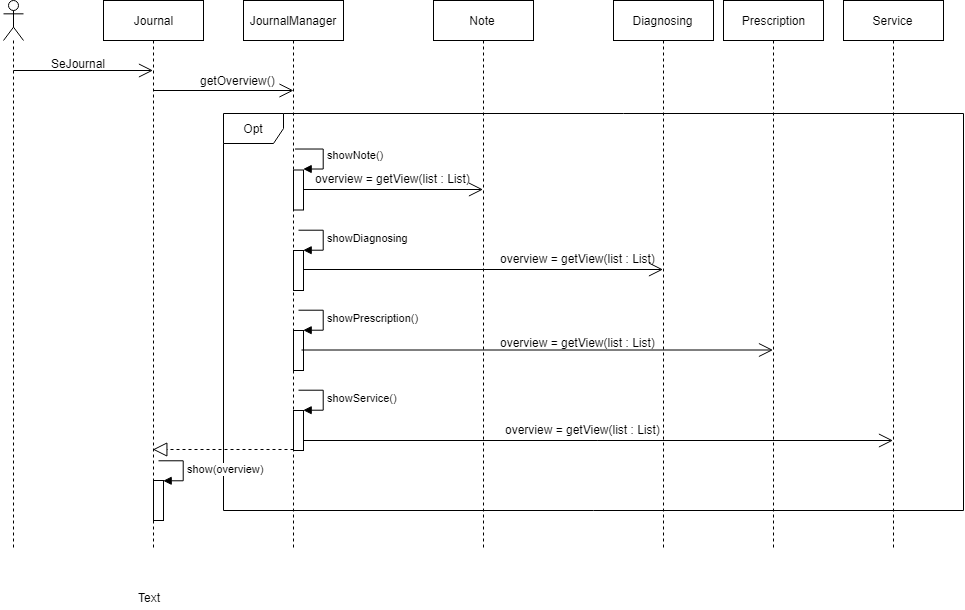
Above: docs/diagrams/AnalyseDiagrammer/SeJournal/SeJournalInteraktionsDiagram.png in SBangslund/SE02_Projekt (draw.io), before the change. Source tidied: cells renumbered, new cells last; positions are measured from the earlier drawing's top-left corner, leaving out a move shared by most shapes. The source it was exported from:
```xml
<mxGraphModel>
  <root>
    <mxCell id="0" />
    <mxCell id="1" parent="0" />
    <mxCell id="2" value="Opt&lt;br&gt;" style="shape=umlFrame;whiteSpace=wrap;html=1;" parent="1" vertex="1">
      <mxGeometry x="220" y="113" width="740" height="397" as="geometry" />
    </mxCell>
    <mxCell id="3" style="shape=umlLifeline;participant=umlActor;perimeter=lifelinePerimeter;whiteSpace=wrap;html=1;verticalAlign=top;spacingTop=36;labelBackgroundColor=#ffffff;outlineConnect=0;" parent="1" vertex="1">
      <mxGeometry width="20" height="550" as="geometry" />
    </mxCell>
    <mxCell id="4" value="Journal" style="shape=umlLifeline;perimeter=lifelinePerimeter;whiteSpace=wrap;html=1;outlineConnect=0;" parent="1" vertex="1">
      <mxGeometry x="100" width="100" height="550" as="geometry" />
    </mxCell>
    <mxCell id="5" value="show(overview)&lt;br&gt;" style="edgeStyle=orthogonalEdgeStyle;html=1;align=left;spacingLeft=2;endArrow=block;rounded=0;entryX=1;entryY=0;" parent="4" edge="1" target="6">
      <mxGeometry relative="1" as="geometry">
        <mxPoint x="55" y="460" as="sourcePoint" />
        <Array as="points">
          <mxPoint x="80" y="460" />
        </Array>
      </mxGeometry>
    </mxCell>
    <mxCell id="6" style="html=1;points=[];perimeter=orthogonalPerimeter;" parent="4" vertex="1">
      <mxGeometry x="50" y="480" width="10" height="40" as="geometry" />
    </mxCell>
    <mxCell id="7" value="JournalManager" style="shape=umlLifeline;perimeter=lifelinePerimeter;whiteSpace=wrap;html=1;outlineConnect=0;" parent="1" vertex="1">
      <mxGeometry x="240" width="100" height="550" as="geometry" />
    </mxCell>
    <mxCell id="8" style="html=1;perimeter=orthogonalPerimeter;" parent="7" vertex="1">
      <mxGeometry x="50" y="169.5" width="10" height="40" as="geometry" />
    </mxCell>
    <mxCell id="9" value="showNote()&lt;br&gt;" style="edgeStyle=orthogonalEdgeStyle;html=1;align=left;spacingLeft=2;endArrow=block;rounded=0;" parent="7" edge="1">
      <mxGeometry relative="1" as="geometry">
        <mxPoint x="51" y="149" as="sourcePoint" />
        <mxPoint x="60" y="169" as="targetPoint" />
        <Array as="points">
          <mxPoint x="80" y="149" />
          <mxPoint x="80" y="169" />
        </Array>
      </mxGeometry>
    </mxCell>
    <mxCell id="10" style="html=1;points=[];perimeter=orthogonalPerimeter;" parent="7" vertex="1">
      <mxGeometry x="50" y="330" width="10" height="40" as="geometry" />
    </mxCell>
    <mxCell id="11" value="showPrescription()" style="edgeStyle=orthogonalEdgeStyle;html=1;align=left;spacingLeft=2;endArrow=block;rounded=0;entryX=1;entryY=0;" parent="7" edge="1" target="10">
      <mxGeometry relative="1" as="geometry">
        <mxPoint x="55" y="310" as="sourcePoint" />
        <Array as="points">
          <mxPoint x="80" y="310" />
        </Array>
      </mxGeometry>
    </mxCell>
    <mxCell id="12" value="Note" style="shape=umlLifeline;perimeter=lifelinePerimeter;whiteSpace=wrap;html=1;outlineConnect=0;" parent="1" vertex="1">
      <mxGeometry x="430" width="100" height="550" as="geometry" />
    </mxCell>
    <mxCell id="13" value="Diagnosing" style="shape=umlLifeline;perimeter=lifelinePerimeter;whiteSpace=wrap;html=1;outlineConnect=0;" parent="1" vertex="1">
      <mxGeometry x="610" width="100" height="550" as="geometry" />
    </mxCell>
    <mxCell id="14" value="Prescription" style="shape=umlLifeline;perimeter=lifelinePerimeter;whiteSpace=wrap;html=1;outlineConnect=0;" parent="1" vertex="1">
      <mxGeometry x="720" width="100" height="550" as="geometry" />
    </mxCell>
    <mxCell id="15" value="Service" style="shape=umlLifeline;perimeter=lifelinePerimeter;whiteSpace=wrap;html=1;outlineConnect=0;" parent="1" vertex="1">
      <mxGeometry x="840" width="100" height="550" as="geometry" />
    </mxCell>
    <mxCell id="16" style="endArrow=open;endFill=1;endSize=12;html=1;" parent="1" edge="1" target="4">
      <mxGeometry relative="1" as="geometry">
        <mxPoint x="10" y="70" as="sourcePoint" />
      </mxGeometry>
    </mxCell>
    <mxCell id="17" value="SeJournal" style="text;html=1;align=left;verticalAlign=top;spacingTop=-4;" parent="1" vertex="1">
      <mxGeometry x="46" y="54" width="70" height="20" as="geometry" />
    </mxCell>
    <mxCell id="18" style="endArrow=open;endFill=1;endSize=12;html=1;" parent="1" edge="1">
      <mxGeometry relative="1" as="geometry">
        <mxPoint x="150" y="90" as="sourcePoint" />
        <mxPoint x="290" y="90" as="targetPoint" />
      </mxGeometry>
    </mxCell>
    <mxCell id="19" value="getOverview()" style="text;html=1;align=left;verticalAlign=top;spacingTop=-4;" parent="1" vertex="1">
      <mxGeometry x="195" y="71" width="90" height="20" as="geometry" />
    </mxCell>
    <mxCell id="20" style="html=1;points=[];perimeter=orthogonalPerimeter;" parent="1" vertex="1">
      <mxGeometry x="290" y="250" width="10" height="40" as="geometry" />
    </mxCell>
    <mxCell id="21" value="showDiagnosing" style="edgeStyle=orthogonalEdgeStyle;html=1;align=left;spacingLeft=2;endArrow=block;rounded=0;entryX=1;entryY=0;" parent="1" edge="1" target="20">
      <mxGeometry relative="1" as="geometry">
        <mxPoint x="295" y="230" as="sourcePoint" />
        <Array as="points">
          <mxPoint x="320" y="230" />
        </Array>
      </mxGeometry>
    </mxCell>
    <mxCell id="22" style="html=1;points=[];perimeter=orthogonalPerimeter;" parent="1" vertex="1">
      <mxGeometry x="290" y="410" width="10" height="40" as="geometry" />
    </mxCell>
    <mxCell id="23" value="showService()&lt;br&gt;" style="edgeStyle=orthogonalEdgeStyle;html=1;align=left;spacingLeft=2;endArrow=block;rounded=0;entryX=1;entryY=0;" parent="1" edge="1" target="22">
      <mxGeometry relative="1" as="geometry">
        <mxPoint x="295" y="390" as="sourcePoint" />
        <Array as="points">
          <mxPoint x="320" y="390" />
        </Array>
      </mxGeometry>
    </mxCell>
    <mxCell id="24" style="endArrow=open;endFill=1;endSize=12;html=1;" parent="1" edge="1" target="12">
      <mxGeometry relative="1" as="geometry">
        <mxPoint x="300" y="189" as="sourcePoint" />
      </mxGeometry>
    </mxCell>
    <mxCell id="25" style="endArrow=open;endFill=1;endSize=12;html=1;" parent="1" edge="1" target="13">
      <mxGeometry relative="1" as="geometry">
        <mxPoint x="300" y="269" as="sourcePoint" />
      </mxGeometry>
    </mxCell>
    <mxCell id="26" style="endArrow=open;endFill=1;endSize=12;html=1;" parent="1" edge="1" target="14">
      <mxGeometry relative="1" as="geometry">
        <mxPoint x="298" y="349.5" as="sourcePoint" />
      </mxGeometry>
    </mxCell>
    <mxCell id="27" style="endArrow=open;endFill=1;endSize=12;html=1;" parent="1" edge="1" target="15">
      <mxGeometry relative="1" as="geometry">
        <mxPoint x="300" y="440" as="sourcePoint" />
      </mxGeometry>
    </mxCell>
    <mxCell id="28" value="overview = getView(list : List)" style="text;html=1;align=left;verticalAlign=top;spacingTop=-4;" parent="1" vertex="1">
      <mxGeometry x="500" y="420" width="170" height="20" as="geometry" />
    </mxCell>
    <mxCell id="29" value="overview = getView(list : List)" style="text;html=1;align=left;verticalAlign=top;spacingTop=-4;" parent="1" vertex="1">
      <mxGeometry x="495" y="333" width="170" height="20" as="geometry" />
    </mxCell>
    <mxCell id="30" value="overview = getView(list : List)" style="text;html=1;" parent="1" vertex="1">
      <mxGeometry x="495" y="245" width="180" height="30" as="geometry" />
    </mxCell>
    <mxCell id="31" value="overview = getView(list : List)" style="text;html=1;align=left;verticalAlign=top;spacingTop=-4;" parent="1" vertex="1">
      <mxGeometry x="310" y="169.5" width="170" height="20" as="geometry" />
    </mxCell>
    <mxCell id="32" style="endArrow=block;dashed=1;endFill=0;endSize=12;html=1;" parent="1" edge="1" target="4">
      <mxGeometry relative="1" as="geometry">
        <mxPoint x="290" y="449" as="sourcePoint" />
      </mxGeometry>
    </mxCell>
    <mxCell id="33" value="Text" style="text;html=1;align=left;verticalAlign=top;spacingTop=-4;" parent="1" vertex="1">
      <mxGeometry x="133" y="588" width="40" height="20" as="geometry" />
    </mxCell>
  </root>
</mxGraphModel>
```
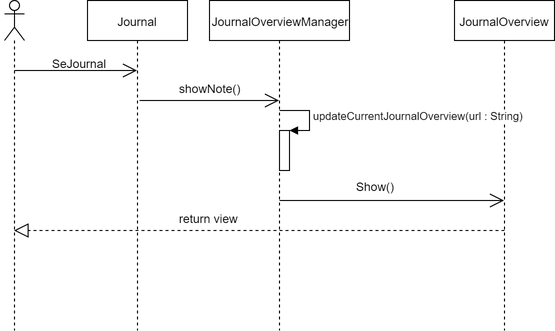
After the change.

What changed in the source:
```diff
@@ -2,65 +2,15 @@
   <root>
     <mxCell id="0" />
     <mxCell id="1" parent="0" />
-    <mxCell id="2" value="Opt&lt;br&gt;" style="shape=umlFrame;whiteSpace=wrap;html=1;" parent="1" vertex="1">
-      <mxGeometry x="220" y="113" width="740" height="397" as="geometry" />
-    </mxCell>
     <mxCell id="3" style="shape=umlLifeline;participant=umlActor;perimeter=lifelinePerimeter;whiteSpace=wrap;html=1;verticalAlign=top;spacingTop=36;labelBackgroundColor=#ffffff;outlineConnect=0;" parent="1" vertex="1">
-      <mxGeometry width="20" height="550" as="geometry" />
+      <mxGeometry width="20" height="330" as="geometry" />
     </mxCell>
     <mxCell id="4" value="Journal" style="shape=umlLifeline;perimeter=lifelinePerimeter;whiteSpace=wrap;html=1;outlineConnect=0;" parent="1" vertex="1">
-      <mxGeometry x="100" width="100" height="550" as="geometry" />
+      <mxGeometry x="83" width="100" height="330" as="geometry" />
     </mxCell>
-    <mxCell id="5" value="show(overview)&lt;br&gt;" style="edgeStyle=orthogonalEdgeStyle;html=1;align=left;spacingLeft=2;endArrow=block;rounded=0;entryX=1;entryY=0;" parent="4" edge="1" target="6">
-      <mxGeometry relative="1" as="geometry">
-        <mxPoint x="55" y="460" as="sourcePoint" />
-        <Array as="points">
-          <mxPoint x="80" y="460" />
-        </Array>
-      </mxGeometry>
-    </mxCell>
-    <mxCell id="6" style="html=1;points=[];perimeter=orthogonalPerimeter;" parent="4" vertex="1">
-      <mxGeometry x="50" y="480" width="10" height="40" as="geometry" />
-    </mxCell>
-    <mxCell id="7" value="JournalManager" style="shape=umlLifeline;perimeter=lifelinePerimeter;whiteSpace=wrap;html=1;outlineConnect=0;" parent="1" vertex="1">
-      <mxGeometry x="240" width="100" height="550" as="geometry" />
+    <mxCell id="7" value="JournalOverviewManager" style="shape=umlLifeline;perimeter=lifelinePerimeter;whiteSpace=wrap;html=1;outlineConnect=0;" parent="1" vertex="1">
+      <mxGeometry x="205" width="140" height="330" as="geometry" />
     </mxCell>
-    <mxCell id="8" style="html=1;perimeter=orthogonalPerimeter;" parent="7" vertex="1">
-      <mxGeometry x="50" y="169.5" width="10" height="40" as="geometry" />
-    </mxCell>
-    <mxCell id="9" value="showNote()&lt;br&gt;" style="edgeStyle=orthogonalEdgeStyle;html=1;align=left;spacingLeft=2;endArrow=block;rounded=0;" parent="7" edge="1">
-      <mxGeometry relative="1" as="geometry">
-        <mxPoint x="51" y="149" as="sourcePoint" />
-        <mxPoint x="60" y="169" as="targetPoint" />
-        <Array as="points">
-          <mxPoint x="80" y="149" />
-          <mxPoint x="80" y="169" />
-        </Array>
-      </mxGeometry>
-    </mxCell>
-    <mxCell id="10" style="html=1;points=[];perimeter=orthogonalPerimeter;" parent="7" vertex="1">
-      <mxGeometry x="50" y="330" width="10" height="40" as="geometry" />
-    </mxCell>
-    <mxCell id="11" value="showPrescription()" style="edgeStyle=orthogonalEdgeStyle;html=1;align=left;spacingLeft=2;endArrow=block;rounded=0;entryX=1;entryY=0;" parent="7" edge="1" target="10">
-      <mxGeometry relative="1" as="geometry">
-        <mxPoint x="55" y="310" as="sourcePoint" />
-        <Array as="points">
-          <mxPoint x="80" y="310" />
-        </Array>
-      </mxGeometry>
-    </mxCell>
-    <mxCell id="12" value="Note" style="shape=umlLifeline;perimeter=lifelinePerimeter;whiteSpace=wrap;html=1;outlineConnect=0;" parent="1" vertex="1">
-      <mxGeometry x="430" width="100" height="550" as="geometry" />
-    </mxCell>
-    <mxCell id="13" value="Diagnosing" style="shape=umlLifeline;perimeter=lifelinePerimeter;whiteSpace=wrap;html=1;outlineConnect=0;" parent="1" vertex="1">
-      <mxGeometry x="610" width="100" height="550" as="geometry" />
-    </mxCell>
-    <mxCell id="14" value="Prescription" style="shape=umlLifeline;perimeter=lifelinePerimeter;whiteSpace=wrap;html=1;outlineConnect=0;" parent="1" vertex="1">
-      <mxGeometry x="720" width="100" height="550" as="geometry" />
-    </mxCell>
-    <mxCell id="15" value="Service" style="shape=umlLifeline;perimeter=lifelinePerimeter;whiteSpace=wrap;html=1;outlineConnect=0;" parent="1" vertex="1">
-      <mxGeometry x="840" width="100" height="550" as="geometry" />
-    </mxCell>
     <mxCell id="16" style="endArrow=open;endFill=1;endSize=12;html=1;" parent="1" edge="1" target="4">
       <mxGeometry relative="1" as="geometry">
         <mxPoint x="10" y="70" as="sourcePoint" />
@@ -69,76 +19,42 @@
     <mxCell id="17" value="SeJournal" style="text;html=1;align=left;verticalAlign=top;spacingTop=-4;" parent="1" vertex="1">
       <mxGeometry x="46" y="54" width="70" height="20" as="geometry" />
     </mxCell>
-    <mxCell id="18" style="endArrow=open;endFill=1;endSize=12;html=1;" parent="1" edge="1">
-      <mxGeometry relative="1" as="geometry">
-        <mxPoint x="150" y="90" as="sourcePoint" />
-        <mxPoint x="290" y="90" as="targetPoint" />
-      </mxGeometry>
-    </mxCell>
-    <mxCell id="19" value="getOverview()" style="text;html=1;align=left;verticalAlign=top;spacingTop=-4;" parent="1" vertex="1">
-      <mxGeometry x="195" y="71" width="90" height="20" as="geometry" />
-    </mxCell>
-    <mxCell id="20" style="html=1;points=[];perimeter=orthogonalPerimeter;" parent="1" vertex="1">
-      <mxGeometry x="290" y="250" width="10" height="40" as="geometry" />
-    </mxCell>
-    <mxCell id="21" value="showDiagnosing" style="edgeStyle=orthogonalEdgeStyle;html=1;align=left;spacingLeft=2;endArrow=block;rounded=0;entryX=1;entryY=0;" parent="1" edge="1" target="20">
-      <mxGeometry relative="1" as="geometry">
-        <mxPoint x="295" y="230" as="sourcePoint" />
-        <Array as="points">
-          <mxPoint x="320" y="230" />
-        </Array>
-      </mxGeometry>
-    </mxCell>
-    <mxCell id="22" style="html=1;points=[];perimeter=orthogonalPerimeter;" parent="1" vertex="1">
-      <mxGeometry x="290" y="410" width="10" height="40" as="geometry" />
-    </mxCell>
-    <mxCell id="23" value="showService()&lt;br&gt;" style="edgeStyle=orthogonalEdgeStyle;html=1;align=left;spacingLeft=2;endArrow=block;rounded=0;entryX=1;entryY=0;" parent="1" edge="1" target="22">
-      <mxGeometry relative="1" as="geometry">
-        <mxPoint x="295" y="390" as="sourcePoint" />
-        <Array as="points">
-          <mxPoint x="320" y="390" />
-        </Array>
-      </mxGeometry>
-    </mxCell>
-    <mxCell id="24" style="endArrow=open;endFill=1;endSize=12;html=1;" parent="1" edge="1" target="12">
-      <mxGeometry relative="1" as="geometry">
-        <mxPoint x="300" y="189" as="sourcePoint" />
-      </mxGeometry>
-    </mxCell>
-    <mxCell id="25" style="endArrow=open;endFill=1;endSize=12;html=1;" parent="1" edge="1" target="13">
-      <mxGeometry relative="1" as="geometry">
-        <mxPoint x="300" y="269" as="sourcePoint" />
-      </mxGeometry>
-    </mxCell>
-    <mxCell id="26" style="endArrow=open;endFill=1;endSize=12;html=1;" parent="1" edge="1" target="14">
-      <mxGeometry relative="1" as="geometry">
-        <mxPoint x="298" y="349.5" as="sourcePoint" />
-      </mxGeometry>
-    </mxCell>
-    <mxCell id="27" style="endArrow=open;endFill=1;endSize=12;html=1;" parent="1" edge="1" target="15">
-      <mxGeometry relative="1" as="geometry">
-        <mxPoint x="300" y="440" as="sourcePoint" />
-      </mxGeometry>
-    </mxCell>
-    <mxCell id="28" value="overview = getView(list : List)" style="text;html=1;align=left;verticalAlign=top;spacingTop=-4;" parent="1" vertex="1">
-      <mxGeometry x="500" y="420" width="170" height="20" as="geometry" />
-    </mxCell>
-    <mxCell id="29" value="overview = getView(list : List)" style="text;html=1;align=left;verticalAlign=top;spacingTop=-4;" parent="1" vertex="1">
-      <mxGeometry x="495" y="333" width="170" height="20" as="geometry" />
-    </mxCell>
-    <mxCell id="30" value="overview = getView(list : List)" style="text;html=1;" parent="1" vertex="1">
-      <mxGeometry x="495" y="245" width="180" height="30" as="geometry" />
-    </mxCell>
-    <mxCell id="31" value="overview = getView(list : List)" style="text;html=1;align=left;verticalAlign=top;spacingTop=-4;" parent="1" vertex="1">
-      <mxGeometry x="310" y="169.5" width="170" height="20" as="geometry" />
-    </mxCell>
-    <mxCell id="32" style="endArrow=block;dashed=1;endFill=0;endSize=12;html=1;" parent="1" edge="1" target="4">
-      <mxGeometry relative="1" as="geometry">
-        <mxPoint x="290" y="449" as="sourcePoint" />
-      </mxGeometry>
-    </mxCell>
-    <mxCell id="33" value="Text" style="text;html=1;align=left;verticalAlign=top;spacingTop=-4;" parent="1" vertex="1">
-      <mxGeometry x="133" y="588" width="40" height="20" as="geometry" />
-    </mxCell>
+    <mxCell id="34" value="JournalOverview" style="shape=umlLifeline;perimeter=lifelinePerimeter;whiteSpace=wrap;html=1;outlineConnect=0;" parent="1" vertex="1">
+      <mxGeometry x="450" width="100" height="330" as="geometry" />
+    </mxCell>
+    <mxCell id="9" value="showNote()" style="text;html=1;align=left;verticalAlign=top;spacingTop=-4;" parent="1" vertex="1">
+      <mxGeometry x="173" y="79" width="80" height="20" as="geometry" />
+    </mxCell>
+    <mxCell id="35" style="endArrow=open;endFill=1;endSize=12;html=1;" parent="1" edge="1" target="7">
+      <mxGeometry relative="1" as="geometry">
+        <mxPoint x="135" y="100" as="sourcePoint" />
+      </mxGeometry>
+    </mxCell>
+    <mxCell id="36" style="html=1;points=[];perimeter=orthogonalPerimeter;" parent="1" vertex="1">
+      <mxGeometry x="275" y="130" width="10" height="40" as="geometry" />
+    </mxCell>
+    <mxCell id="37" value="updateCurrentJournalOverview(url : String)" style="edgeStyle=orthogonalEdgeStyle;html=1;align=left;spacingLeft=2;endArrow=block;rounded=0;entryX=1;entryY=0;" parent="1" edge="1" target="36">
+      <mxGeometry relative="1" as="geometry">
+        <mxPoint x="275" y="110" as="sourcePoint" />
+        <Array as="points">
+          <mxPoint x="305" y="110" />
+          <mxPoint x="305" y="130" />
+        </Array>
+      </mxGeometry>
+    </mxCell>
+    <mxCell id="38" style="endArrow=open;endFill=1;endSize=12;html=1;" parent="1" edge="1" target="34">
+      <mxGeometry relative="1" as="geometry">
+        <mxPoint x="275" y="200" as="sourcePoint" />
+      </mxGeometry>
+    </mxCell>
+    <mxCell id="39" value="Show()" style="text;html=1;align=left;verticalAlign=top;spacingTop=-4;" parent="1" vertex="1">
+      <mxGeometry x="350" y="177" width="50" height="20" as="geometry" />
+    </mxCell>
+    <mxCell id="40" style="endArrow=block;dashed=1;endFill=0;endSize=12;html=1;exitX=0.5;exitY=0.697;exitDx=0;exitDy=0;exitPerimeter=0;" parent="1" edge="1" source="34" target="3">
+      <mxGeometry relative="1" as="geometry" />
+    </mxCell>
+    <mxCell id="41" value="return view" style="text;html=1;align=left;verticalAlign=top;spacingTop=-4;" parent="1" vertex="1">
+      <mxGeometry x="173" y="209" width="70" height="20" as="geometry" />
+    </mxCell>
   </root>
 </mxGraphModel>
```
